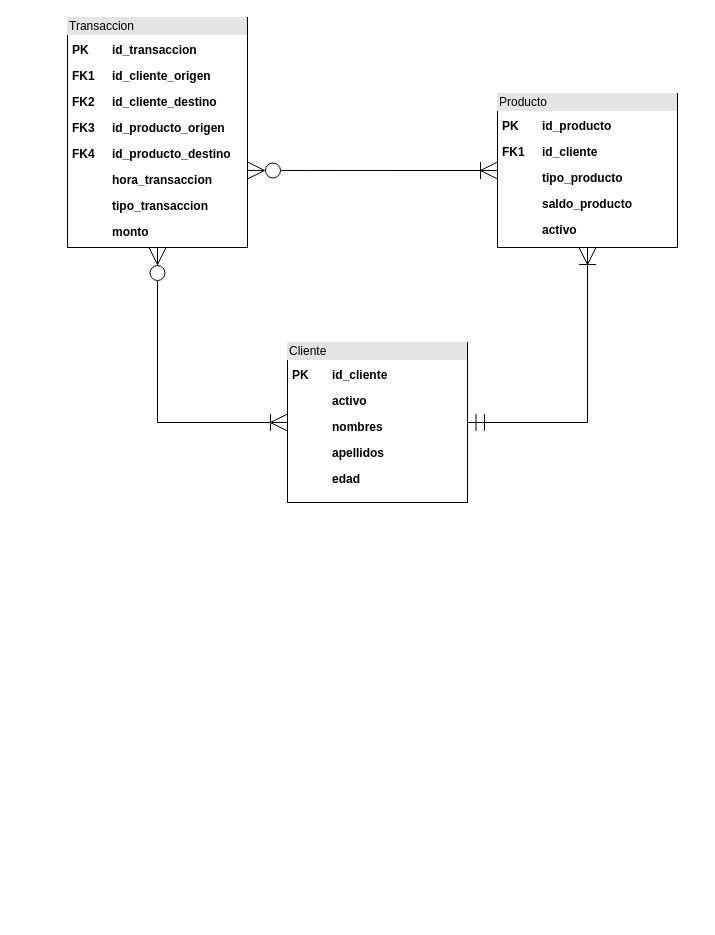
This is page "Diagrama de entidad relaciÃ³n" (3 of 3) of docs/restapi-banco.drawio from diemau16/banco-unisabana, a draw.io file, before an edit. Source tidied: cells renumbered, new cells numbered last; positions are measured from the earlier drawing's top-left corner, leaving out a move shared by most shapes. Both pictures are drawn from the tidied source at 100%, with x=0, y=0 at pixel (67, 17).
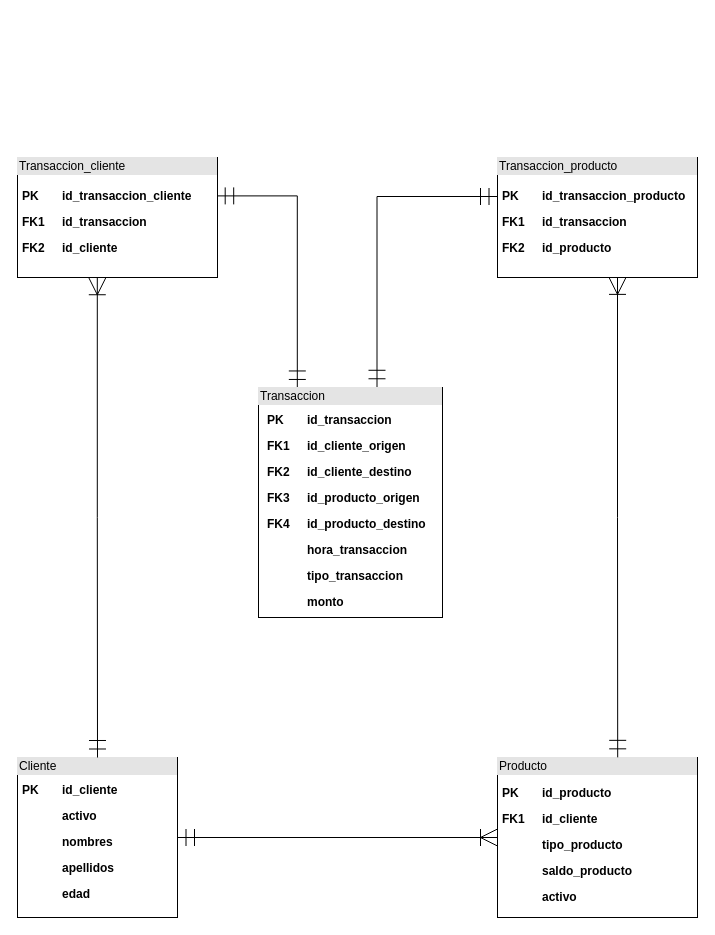
After the change.

Diff of the diagram source:
```diff
@@
+    <mxCell id="34" style="edgeStyle=orthogonalEdgeStyle;rounded=0;jettySize=auto;html=1;exitX=0.644;exitY=-0.001;exitDx=0;exitDy=0;entryX=0;entryY=0.5;entryDx=0;entryDy=0;exitPerimeter=0;endSize=15;startSize=15;startArrow=ERmandOne;startFill=0;endArrow=ERmandOne;endFill=0;" parent="1" edge="1" source="2" target="37">
+      <mxGeometry relative="1" as="geometry" />
+    </mxCell>
+    <mxCell id="35" style="edgeStyle=orthogonalEdgeStyle;rounded=0;jettySize=auto;html=1;entryX=0.996;entryY=0.32;entryDx=0;entryDy=0;entryPerimeter=0;exitX=0.211;exitY=0.002;exitDx=0;exitDy=0;exitPerimeter=0;startArrow=ERmandOne;startFill=0;endSize=15;startSize=15;endArrow=ERmandOne;endFill=0;" parent="1" edge="1" source="2" target="44">
+      <mxGeometry relative="1" as="geometry" />
+    </mxCell>
     <mxCell id="2" value="&lt;div style=&quot;box-sizing:border-box;width:100%;background:#e4e4e4;padding:2px;&quot;&gt;Transaccion&lt;br&gt;&lt;/div&gt;&lt;table style=&quot;width:100%;font-size:1em;&quot; cellpadding=&quot;2&quot; cellspacing=&quot;0&quot;&gt;&lt;tbody&gt;&lt;tr&gt;&lt;td&gt;&lt;br&gt;&lt;/td&gt;&lt;td&gt;&lt;br&gt;&lt;/td&gt;&lt;/tr&gt;&lt;tr&gt;&lt;td&gt;&lt;br&gt;&lt;br&gt;&lt;/td&gt;&lt;td&gt;&lt;br&gt;&lt;/td&gt;&lt;/tr&gt;&lt;tr&gt;&lt;td&gt;&lt;br&gt;&lt;/td&gt;&lt;td&gt;&lt;br&gt;&lt;br&gt;&lt;br&gt;&lt;/td&gt;&lt;/tr&gt;&lt;/tbody&gt;&lt;/table&gt;" style="verticalAlign=top;align=left;overflow=fill;html=1;whiteSpace=wrap;" parent="1" vertex="1">
-      <mxGeometry width="180" height="230" as="geometry" />
+      <mxGeometry x="191" y="370" width="184" height="230" as="geometry" />
     </mxCell>
     <mxCell id="3" value="PK" style="text;align=left;fontStyle=1;verticalAlign=middle;spacingLeft=3;spacingRight=3;strokeColor=none;html=1;" parent="1" vertex="1">
-      <mxGeometry y="20" width="40" height="26" as="geometry" />
+      <mxGeometry x="195" y="390" width="40" height="26" as="geometry" />
     </mxCell>
     <mxCell id="4" value="FK1" style="text;align=left;fontStyle=1;verticalAlign=middle;spacingLeft=3;spacingRight=3;strokeColor=none;html=1;" parent="1" vertex="1">
-      <mxGeometry y="46" width="40" height="26" as="geometry" />
+      <mxGeometry x="195" y="416" width="40" height="26" as="geometry" />
     </mxCell>
     <mxCell id="5" value="FK2" style="text;align=left;fontStyle=1;verticalAlign=middle;spacingLeft=3;spacingRight=3;strokeColor=none;html=1;" parent="1" vertex="1">
-      <mxGeometry y="72" width="40" height="26" as="geometry" />
+      <mxGeometry x="195" y="442" width="40" height="26" as="geometry" />
     </mxCell>
     <mxCell id="6" value="FK3" style="text;align=left;fontStyle=1;verticalAlign=middle;spacingLeft=3;spacingRight=3;strokeColor=none;html=1;" parent="1" vertex="1">
-      <mxGeometry y="98" width="40" height="26" as="geometry" />
+      <mxGeometry x="195" y="468" width="40" height="26" as="geometry" />
     </mxCell>
     <mxCell id="7" value="FK4" style="text;align=left;fontStyle=1;verticalAlign=middle;spacingLeft=3;spacingRight=3;strokeColor=none;html=1;" parent="1" vertex="1">
-      <mxGeometry y="124" width="40" height="26" as="geometry" />
+      <mxGeometry x="195" y="494" width="40" height="26" as="geometry" />
     </mxCell>
     <mxCell id="8" value="id_transaccion" style="text;align=left;fontStyle=1;verticalAlign=middle;spacingLeft=3;spacingRight=3;strokeColor=none;html=1;" parent="1" vertex="1">
-      <mxGeometry x="40" y="20" width="130" height="26" as="geometry" />
+      <mxGeometry x="235" y="390" width="130" height="26" as="geometry" />
     </mxCell>
     <mxCell id="9" value="id_cliente_origen" style="text;align=left;fontStyle=1;verticalAlign=middle;spacingLeft=3;spacingRight=3;strokeColor=none;html=1;" parent="1" vertex="1">
-      <mxGeometry x="40" y="46" width="130" height="26" as="geometry" />
+      <mxGeometry x="235" y="416" width="130" height="26" as="geometry" />
     </mxCell>
     <mxCell id="10" value="id_cliente_destino" style="text;align=left;fontStyle=1;verticalAlign=middle;spacingLeft=3;spacingRight=3;strokeColor=none;html=1;" parent="1" vertex="1">
-      <mxGeometry x="40" y="72" width="130" height="26" as="geometry" />
+      <mxGeometry x="235" y="442" width="130" height="26" as="geometry" />
     </mxCell>
     <mxCell id="11" value="id_producto_origen" style="text;align=left;fontStyle=1;verticalAlign=middle;spacingLeft=3;spacingRight=3;strokeColor=none;html=1;" parent="1" vertex="1">
-      <mxGeometry x="40" y="98" width="130" height="26" as="geometry" />
+      <mxGeometry x="235" y="468" width="130" height="26" as="geometry" />
     </mxCell>
     <mxCell id="12" value="id_producto_destino" style="text;align=left;fontStyle=1;verticalAlign=middle;spacingLeft=3;spacingRight=3;strokeColor=none;html=1;" parent="1" vertex="1">
-      <mxGeometry x="40" y="124" width="130" height="26" as="geometry" />
+      <mxGeometry x="235" y="494" width="130" height="26" as="geometry" />
     </mxCell>
     <mxCell id="13" value="hora_transaccion" style="text;align=left;fontStyle=1;verticalAlign=middle;spacingLeft=3;spacingRight=3;strokeColor=none;html=1;" parent="1" vertex="1">
-      <mxGeometry x="40" y="150" width="130" height="26" as="geometry" />
+      <mxGeometry x="235" y="520" width="130" height="26" as="geometry" />
     </mxCell>
     <mxCell id="14" value="tipo_transaccion" style="text;align=left;fontStyle=1;verticalAlign=middle;spacingLeft=3;spacingRight=3;strokeColor=none;html=1;" parent="1" vertex="1">
-      <mxGeometry x="40" y="176" width="130" height="26" as="geometry" />
+      <mxGeometry x="235" y="546" width="130" height="26" as="geometry" />
     </mxCell>
     <mxCell id="15" value="monto" style="text;align=left;fontStyle=1;verticalAlign=middle;spacingLeft=3;spacingRight=3;strokeColor=none;html=1;" parent="1" vertex="1">
-      <mxGeometry x="40" y="202" width="130" height="26" as="geometry" />
+      <mxGeometry x="235" y="572" width="130" height="26" as="geometry" />
     </mxCell>
-    <mxCell id="16" style="edgeStyle=orthogonalEdgeStyle;rounded=0;jettySize=auto;html=1;exitX=1;exitY=0.5;exitDx=0;exitDy=0;entryX=0.5;entryY=1;entryDx=0;entryDy=0;endArrow=ERoneToMany;endFill=0;startArrow=ERmandOne;startFill=0;endSize=15;startSize=15;" parent="1" edge="1" source="18" target="26">
+    <mxCell id="16" style="edgeStyle=orthogonalEdgeStyle;rounded=0;jettySize=auto;html=1;exitX=1;exitY=0.5;exitDx=0;exitDy=0;entryX=0;entryY=0.5;entryDx=0;entryDy=0;endArrow=ERoneToMany;endFill=0;startArrow=ERmandOne;startFill=0;endSize=15;startSize=15;" parent="1" edge="1" source="18" target="26">
       <mxGeometry relative="1" as="geometry" />
     </mxCell>
-    <mxCell id="17" style="edgeStyle=orthogonalEdgeStyle;rounded=0;jettySize=auto;html=1;exitX=0;exitY=0.5;exitDx=0;exitDy=0;entryX=0.5;entryY=1;entryDx=0;entryDy=0;endSize=15;startSize=15;startArrow=ERoneToMany;startFill=0;endArrow=ERzeroToMany;endFill=0;" parent="1" edge="1" source="18" target="2">
-      <mxGeometry relative="1" as="geometry" />
-    </mxCell>
     <mxCell id="18" value="&lt;div style=&quot;box-sizing:border-box;width:100%;background:#e4e4e4;padding:2px;&quot;&gt;Cliente&lt;br&gt;&lt;/div&gt;&lt;table style=&quot;width:100%;font-size:1em;&quot; cellpadding=&quot;2&quot; cellspacing=&quot;0&quot;&gt;&lt;tbody&gt;&lt;tr&gt;&lt;td&gt;&lt;br&gt;&lt;/td&gt;&lt;td&gt;&lt;br&gt;&lt;/td&gt;&lt;/tr&gt;&lt;tr&gt;&lt;td&gt;&lt;br&gt;&lt;br&gt;&lt;/td&gt;&lt;td&gt;&lt;br&gt;&lt;/td&gt;&lt;/tr&gt;&lt;tr&gt;&lt;td&gt;&lt;br&gt;&lt;/td&gt;&lt;td&gt;&lt;br&gt;&lt;br&gt;&lt;br&gt;&lt;/td&gt;&lt;/tr&gt;&lt;/tbody&gt;&lt;/table&gt;" style="verticalAlign=top;align=left;overflow=fill;html=1;whiteSpace=wrap;" parent="1" vertex="1">
-      <mxGeometry x="220" y="325" width="180" height="160" as="geometry" />
+      <mxGeometry x="-50" y="740" width="160" height="160" as="geometry" />
     </mxCell>
     <mxCell id="19" value="PK" style="text;align=left;fontStyle=1;verticalAlign=middle;spacingLeft=3;spacingRight=3;strokeColor=none;html=1;" parent="1" vertex="1">
-      <mxGeometry x="220" y="345" width="40" height="26" as="geometry" />
+      <mxGeometry x="-50" y="760" width="40" height="26" as="geometry" />
     </mxCell>
     <mxCell id="20" value="id_cliente" style="text;align=left;fontStyle=1;verticalAlign=middle;spacingLeft=3;spacingRight=3;strokeColor=none;html=1;" parent="1" vertex="1">
-      <mxGeometry x="260" y="345" width="130" height="26" as="geometry" />
+      <mxGeometry x="-10" y="760" width="130" height="26" as="geometry" />
     </mxCell>
     <mxCell id="21" value="activo" style="text;align=left;fontStyle=1;verticalAlign=middle;spacingLeft=3;spacingRight=3;strokeColor=none;html=1;" parent="1" vertex="1">
-      <mxGeometry x="260" y="371" width="130" height="26" as="geometry" />
+      <mxGeometry x="-10" y="786" width="130" height="26" as="geometry" />
     </mxCell>
     <mxCell id="22" value="nombres" style="text;align=left;fontStyle=1;verticalAlign=middle;spacingLeft=3;spacingRight=3;strokeColor=none;html=1;" parent="1" vertex="1">
-      <mxGeometry x="260" y="397" width="130" height="26" as="geometry" />
+      <mxGeometry x="-10" y="812" width="130" height="26" as="geometry" />
     </mxCell>
     <mxCell id="23" value="apellidos" style="text;align=left;fontStyle=1;verticalAlign=middle;spacingLeft=3;spacingRight=3;strokeColor=none;html=1;" parent="1" vertex="1">
-      <mxGeometry x="260" y="423" width="130" height="26" as="geometry" />
+      <mxGeometry x="-10" y="838" width="130" height="26" as="geometry" />
     </mxCell>
     <mxCell id="24" value="edad" style="text;align=left;fontStyle=1;verticalAlign=middle;spacingLeft=3;spacingRight=3;strokeColor=none;html=1;" parent="1" vertex="1">
-      <mxGeometry x="260" y="449" width="130" height="26" as="geometry" />
+      <mxGeometry x="-10" y="864" width="130" height="26" as="geometry" />
     </mxCell>
-    <mxCell id="25" style="edgeStyle=orthogonalEdgeStyle;rounded=0;jettySize=auto;html=1;exitX=0;exitY=0.5;exitDx=0;exitDy=0;entryX=1;entryY=0.665;entryDx=0;entryDy=0;entryPerimeter=0;endSize=15;startSize=15;startArrow=ERoneToMany;startFill=0;endArrow=ERzeroToMany;endFill=0;" parent="1" edge="1" source="26" target="2">
-      <mxGeometry relative="1" as="geometry" />
-    </mxCell>
     <mxCell id="26" value="&lt;div style=&quot;box-sizing:border-box;width:100%;background:#e4e4e4;padding:2px;&quot;&gt;Producto&lt;br&gt;&lt;/div&gt;&lt;table style=&quot;width:100%;font-size:1em;&quot; cellpadding=&quot;2&quot; cellspacing=&quot;0&quot;&gt;&lt;tbody&gt;&lt;tr&gt;&lt;td&gt;&lt;br&gt;&lt;/td&gt;&lt;td&gt;&lt;br&gt;&lt;/td&gt;&lt;/tr&gt;&lt;tr&gt;&lt;td&gt;&lt;br&gt;&lt;br&gt;&lt;/td&gt;&lt;td&gt;&lt;br&gt;&lt;/td&gt;&lt;/tr&gt;&lt;tr&gt;&lt;td&gt;&lt;br&gt;&lt;/td&gt;&lt;td&gt;&lt;br&gt;&lt;br&gt;&lt;br&gt;&lt;/td&gt;&lt;/tr&gt;&lt;/tbody&gt;&lt;/table&gt;" style="verticalAlign=top;align=left;overflow=fill;html=1;whiteSpace=wrap;" parent="1" vertex="1">
-      <mxGeometry x="430" y="76" width="180" height="154" as="geometry" />
+      <mxGeometry x="430" y="740" width="200" height="160" as="geometry" />
     </mxCell>
     <mxCell id="27" value="PK" style="text;align=left;fontStyle=1;verticalAlign=middle;spacingLeft=3;spacingRight=3;strokeColor=none;html=1;" parent="1" vertex="1">
-      <mxGeometry x="430" y="96" width="40" height="26" as="geometry" />
+      <mxGeometry x="430" y="763" width="40" height="26" as="geometry" />
     </mxCell>
     <mxCell id="28" value="FK1" style="text;align=left;fontStyle=1;verticalAlign=middle;spacingLeft=3;spacingRight=3;strokeColor=none;html=1;" parent="1" vertex="1">
-      <mxGeometry x="430" y="122" width="40" height="26" as="geometry" />
+      <mxGeometry x="430" y="789" width="40" height="26" as="geometry" />
     </mxCell>
     <mxCell id="29" value="id_producto" style="text;align=left;fontStyle=1;verticalAlign=middle;spacingLeft=3;spacingRight=3;strokeColor=none;html=1;" parent="1" vertex="1">
-      <mxGeometry x="470" y="96" width="130" height="26" as="geometry" />
+      <mxGeometry x="470" y="763" width="130" height="26" as="geometry" />
     </mxCell>
     <mxCell id="30" value="id_cliente" style="text;align=left;fontStyle=1;verticalAlign=middle;spacingLeft=3;spacingRight=3;strokeColor=none;html=1;" parent="1" vertex="1">
-      <mxGeometry x="470" y="122" width="130" height="26" as="geometry" />
+      <mxGeometry x="470" y="789" width="130" height="26" as="geometry" />
     </mxCell>
     <mxCell id="31" value="tipo_producto" style="text;align=left;fontStyle=1;verticalAlign=middle;spacingLeft=3;spacingRight=3;strokeColor=none;html=1;" parent="1" vertex="1">
-      <mxGeometry x="470" y="148" width="130" height="26" as="geometry" />
+      <mxGeometry x="470" y="815" width="130" height="26" as="geometry" />
     </mxCell>
     <mxCell id="32" value="saldo_producto" style="text;align=left;fontStyle=1;verticalAlign=middle;spacingLeft=3;spacingRight=3;strokeColor=none;html=1;" parent="1" vertex="1">
-      <mxGeometry x="470" y="174" width="130" height="26" as="geometry" />
+      <mxGeometry x="470" y="841" width="130" height="26" as="geometry" />
     </mxCell>
     <mxCell id="33" value="activo" style="text;align=left;fontStyle=1;verticalAlign=middle;spacingLeft=3;spacingRight=3;strokeColor=none;html=1;" parent="1" vertex="1">
-      <mxGeometry x="470" y="200" width="130" height="26" as="geometry" />
+      <mxGeometry x="470" y="867" width="130" height="26" as="geometry" />
     </mxCell>
+    <mxCell id="36" value="&lt;div style=&quot;box-sizing:border-box;width:100%;background:#e4e4e4;padding:2px;&quot;&gt;Transaccion_producto&lt;br&gt;&lt;/div&gt;&lt;table style=&quot;width:100%;font-size:1em;&quot; cellpadding=&quot;2&quot; cellspacing=&quot;0&quot;&gt;&lt;tbody&gt;&lt;tr&gt;&lt;td&gt;&lt;br&gt;&lt;/td&gt;&lt;td&gt;&lt;br&gt;&lt;/td&gt;&lt;/tr&gt;&lt;tr&gt;&lt;td&gt;&lt;br&gt;&lt;br&gt;&lt;/td&gt;&lt;td&gt;&lt;br&gt;&lt;/td&gt;&lt;/tr&gt;&lt;tr&gt;&lt;td&gt;&lt;br&gt;&lt;/td&gt;&lt;td&gt;&lt;br&gt;&lt;br&gt;&lt;br&gt;&lt;/td&gt;&lt;/tr&gt;&lt;/tbody&gt;&lt;/table&gt;" style="verticalAlign=top;align=left;overflow=fill;html=1;whiteSpace=wrap;" parent="1" vertex="1">
+      <mxGeometry x="430" y="140" width="200" height="120" as="geometry" />
+    </mxCell>
+    <mxCell id="37" value="PK" style="text;align=left;fontStyle=1;verticalAlign=middle;spacingLeft=3;spacingRight=3;strokeColor=none;points=[[0,0.5],[1,0.5]];portConstraint=eastwest;html=1;" parent="1" vertex="1">
+      <mxGeometry x="430" y="166" width="40" height="26" as="geometry" />
+    </mxCell>
+    <mxCell id="38" value="FK1" style="text;align=left;fontStyle=1;verticalAlign=middle;spacingLeft=3;spacingRight=3;strokeColor=none;html=1;" parent="1" vertex="1">
+      <mxGeometry x="430" y="192" width="40" height="26" as="geometry" />
+    </mxCell>
+    <mxCell id="39" value="id_transaccion_producto" style="text;align=left;fontStyle=1;verticalAlign=middle;spacingLeft=3;spacingRight=3;strokeColor=none;html=1;" parent="1" vertex="1">
+      <mxGeometry x="470" y="166" width="130" height="26" as="geometry" />
+    </mxCell>
+    <mxCell id="40" value="id_transaccion" style="text;align=left;fontStyle=1;verticalAlign=middle;spacingLeft=3;spacingRight=3;strokeColor=none;html=1;" parent="1" vertex="1">
+      <mxGeometry x="470" y="192" width="130" height="26" as="geometry" />
+    </mxCell>
+    <mxCell id="41" value="id_producto" style="text;align=left;fontStyle=1;verticalAlign=middle;spacingLeft=3;spacingRight=3;strokeColor=none;html=1;" parent="1" vertex="1">
+      <mxGeometry x="470" y="218" width="130" height="26" as="geometry" />
+    </mxCell>
+    <mxCell id="42" value="FK2" style="text;align=left;fontStyle=1;verticalAlign=middle;spacingLeft=3;spacingRight=3;strokeColor=none;html=1;" parent="1" vertex="1">
+      <mxGeometry x="430" y="218" width="40" height="26" as="geometry" />
+    </mxCell>
+    <mxCell id="43" style="edgeStyle=orthogonalEdgeStyle;rounded=0;jettySize=auto;html=1;exitX=0.399;exitY=1.002;exitDx=0;exitDy=0;entryX=0.5;entryY=0;entryDx=0;entryDy=0;exitPerimeter=0;endSize=15;startSize=15;startArrow=ERoneToMany;startFill=0;endArrow=ERmandOne;endFill=0;" parent="1" edge="1" source="44" target="18">
+      <mxGeometry relative="1" as="geometry" />
+    </mxCell>
+    <mxCell id="44" value="&lt;div style=&quot;box-sizing:border-box;width:100%;background:#e4e4e4;padding:2px;&quot;&gt;Transaccion_cliente&lt;br&gt;&lt;/div&gt;&lt;table style=&quot;width:100%;font-size:1em;&quot; cellpadding=&quot;2&quot; cellspacing=&quot;0&quot;&gt;&lt;tbody&gt;&lt;tr&gt;&lt;td&gt;&lt;br&gt;&lt;/td&gt;&lt;td&gt;&lt;br&gt;&lt;/td&gt;&lt;/tr&gt;&lt;tr&gt;&lt;td&gt;&lt;br&gt;&lt;br&gt;&lt;/td&gt;&lt;td&gt;&lt;br&gt;&lt;/td&gt;&lt;/tr&gt;&lt;tr&gt;&lt;td&gt;&lt;br&gt;&lt;/td&gt;&lt;td&gt;&lt;br&gt;&lt;br&gt;&lt;br&gt;&lt;/td&gt;&lt;/tr&gt;&lt;/tbody&gt;&lt;/table&gt;" style="verticalAlign=top;align=left;overflow=fill;html=1;whiteSpace=wrap;" parent="1" vertex="1">
+      <mxGeometry x="-50" y="140" width="200" height="120" as="geometry" />
+    </mxCell>
+    <mxCell id="45" value="PK" style="text;align=left;fontStyle=1;verticalAlign=middle;spacingLeft=3;spacingRight=3;strokeColor=none;html=1;" parent="1" vertex="1">
+      <mxGeometry x="-50" y="166" width="40" height="26" as="geometry" />
+    </mxCell>
+    <mxCell id="46" value="FK1" style="text;align=left;fontStyle=1;verticalAlign=middle;spacingLeft=3;spacingRight=3;strokeColor=none;html=1;" parent="1" vertex="1">
+      <mxGeometry x="-50" y="192" width="40" height="26" as="geometry" />
+    </mxCell>
+    <mxCell id="47" value="id_transaccion_cliente" style="text;align=left;fontStyle=1;verticalAlign=middle;spacingLeft=3;spacingRight=3;strokeColor=none;html=1;" parent="1" vertex="1">
+      <mxGeometry x="-10" y="166" width="130" height="26" as="geometry" />
+    </mxCell>
+    <mxCell id="48" value="id_transaccion" style="text;align=left;fontStyle=1;verticalAlign=middle;spacingLeft=3;spacingRight=3;strokeColor=none;html=1;" parent="1" vertex="1">
+      <mxGeometry x="-10" y="192" width="130" height="26" as="geometry" />
+    </mxCell>
+    <mxCell id="49" value="id_cliente" style="text;align=left;fontStyle=1;verticalAlign=middle;spacingLeft=3;spacingRight=3;strokeColor=none;html=1;" parent="1" vertex="1">
+      <mxGeometry x="-10" y="218" width="130" height="26" as="geometry" />
+    </mxCell>
+    <mxCell id="50" value="FK2" style="text;align=left;fontStyle=1;verticalAlign=middle;spacingLeft=3;spacingRight=3;strokeColor=none;html=1;" parent="1" vertex="1">
+      <mxGeometry x="-50" y="218" width="40" height="26" as="geometry" />
+    </mxCell>
+    <mxCell id="51" style="edgeStyle=orthogonalEdgeStyle;rounded=0;jettySize=auto;html=1;exitX=0.6;exitY=0.999;exitDx=0;exitDy=0;entryX=0.601;entryY=-0.001;entryDx=0;entryDy=0;entryPerimeter=0;exitPerimeter=0;endSize=15;startSize=15;startArrow=ERoneToMany;startFill=0;endArrow=ERmandOne;endFill=0;" parent="1" edge="1" source="36" target="26">
+      <mxGeometry relative="1" as="geometry" />
+    </mxCell>
```
